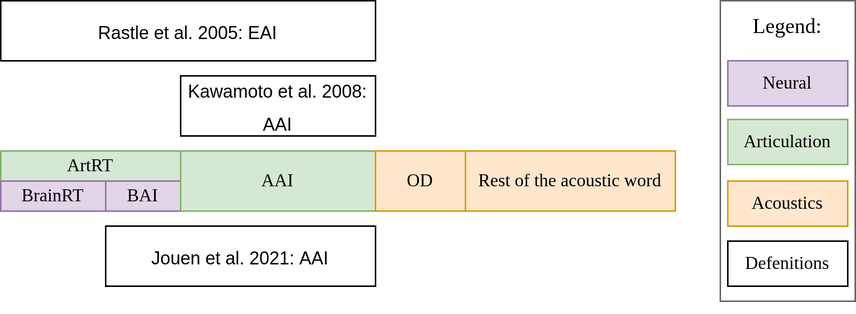
Above: figures/AAI_EAI_BAI.drawio.png in giuthas/2022_04_Geneva (draw.io), before the change. Source tidied: cells renumbered, new cells last; positions are measured from the earlier drawing's top-left corner, leaving out a move shared by most shapes.
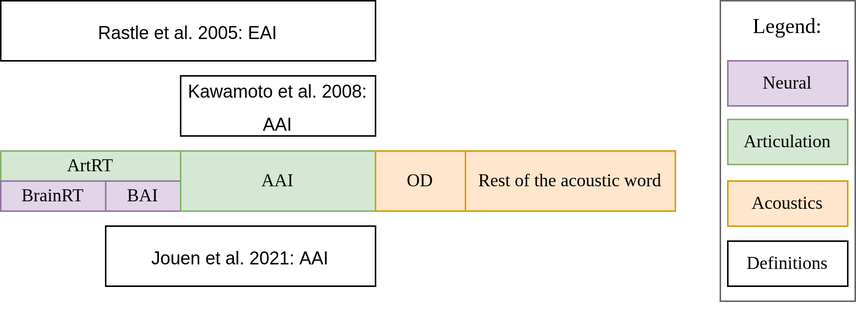
Later version of the same file.

Commit message:
Clarified the beginning and updated some figures.

What changed in the source:
```diff
@@ -47,7 +47,7 @@
     <mxCell id="16" value="Acoustics" style="rounded=0;whiteSpace=wrap;html=1;fillColor=#ffe6cc;strokeColor=#d79b00;fontFamily=Times New Roman;fontSize=12;" parent="1" vertex="1">
       <mxGeometry x="485" y="120" width="80" height="30" as="geometry" />
     </mxCell>
-    <mxCell id="17" value="Defenitions" style="rounded=0;whiteSpace=wrap;html=1;fontFamily=Times New Roman;fontSize=12;" parent="1" vertex="1">
+    <mxCell id="17" value="Definitions" style="rounded=0;whiteSpace=wrap;html=1;fontFamily=Times New Roman;fontSize=12;" parent="1" vertex="1">
       <mxGeometry x="485" y="160" width="80" height="30" as="geometry" />
     </mxCell>
   </root>
```
